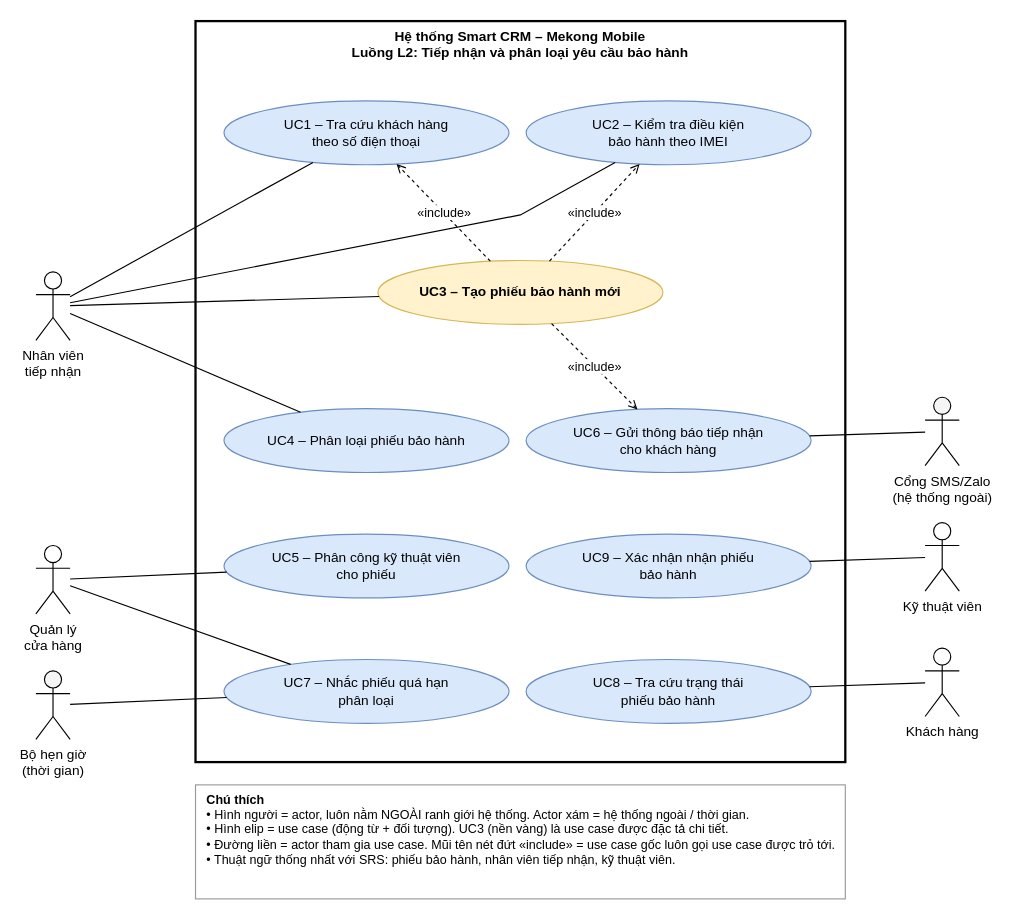
The draw.io diagram docs/uc-l2.drawio in Tolexengnaa/smartcrm-237480201is11-ticket-baohanh, before the edit. Source tidied: cells renumbered, new cells numbered last; positions are measured from the earlier drawing's top-left corner, leaving out a move shared by most shapes. Both pictures are drawn from the tidied source at 114%, with x=0, y=0 at pixel (35, 21).
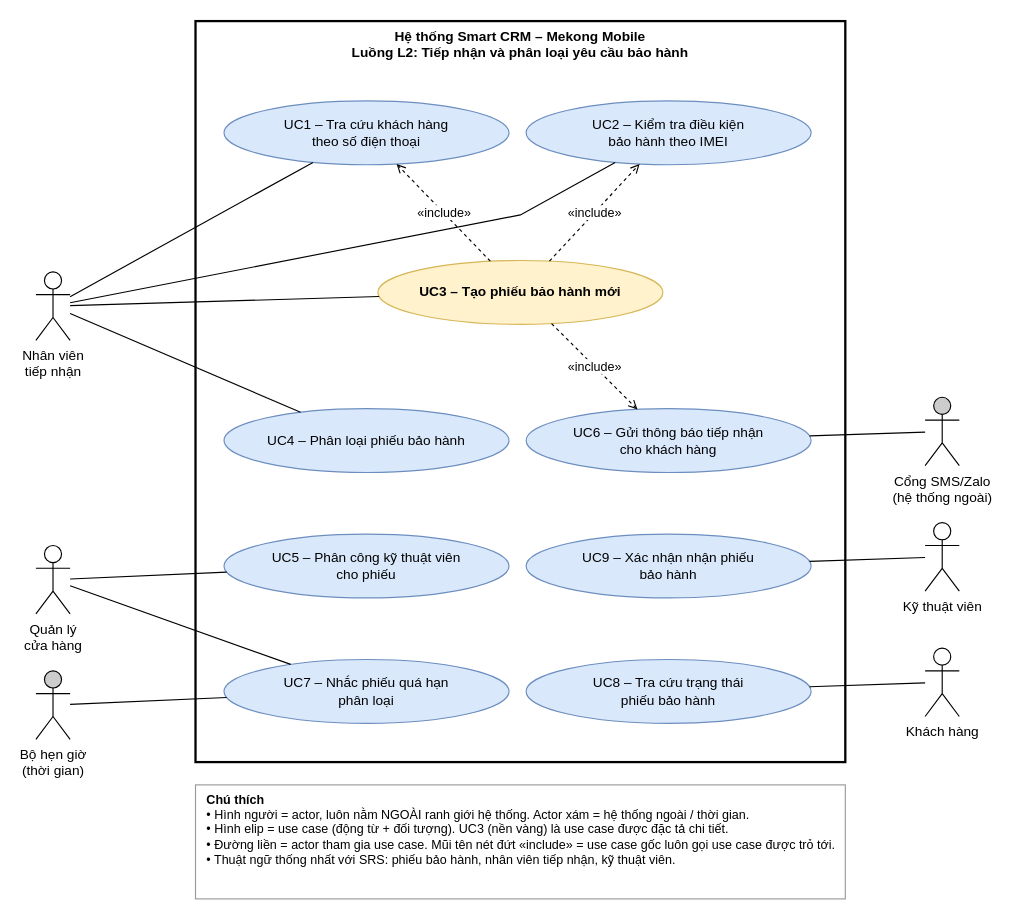
The same page after the edit.

Commit message:
docs: darken external-system actor fill color in UC-L2 diagram

What changed in the source:
```diff
@@
-    <mxCell id="14" value="Bộ hẹn giờ&lt;br&gt;(thời gian)" style="shape=umlActor;verticalLabelPosition=bottom;verticalAlign=top;html=1;outlineConnect=0;fillColor=#f5f5f5;" parent="1" vertex="1">
+    <mxCell id="14" value="Bộ hẹn giờ&lt;br&gt;(thời gian)" style="shape=umlActor;verticalLabelPosition=bottom;verticalAlign=top;html=1;outlineConnect=0;fillColor=#cccccc;" parent="1" vertex="1">
       <mxGeometry y="570" width="30" height="60" as="geometry" />
     </mxCell>
-    <mxCell id="15" value="Cổng SMS/Zalo&lt;br&gt;(hệ thống ngoài)" style="shape=umlActor;verticalLabelPosition=bottom;verticalAlign=top;html=1;outlineConnect=0;fillColor=#f5f5f5;" parent="1" vertex="1">
+    <mxCell id="15" value="Cổng SMS/Zalo&lt;br&gt;(hệ thống ngoài)" style="shape=umlActor;verticalLabelPosition=bottom;verticalAlign=top;html=1;outlineConnect=0;fillColor=#cccccc;" parent="1" vertex="1">
       <mxGeometry x="780" y="330" width="30" height="60" as="geometry" />
     </mxCell>
```
